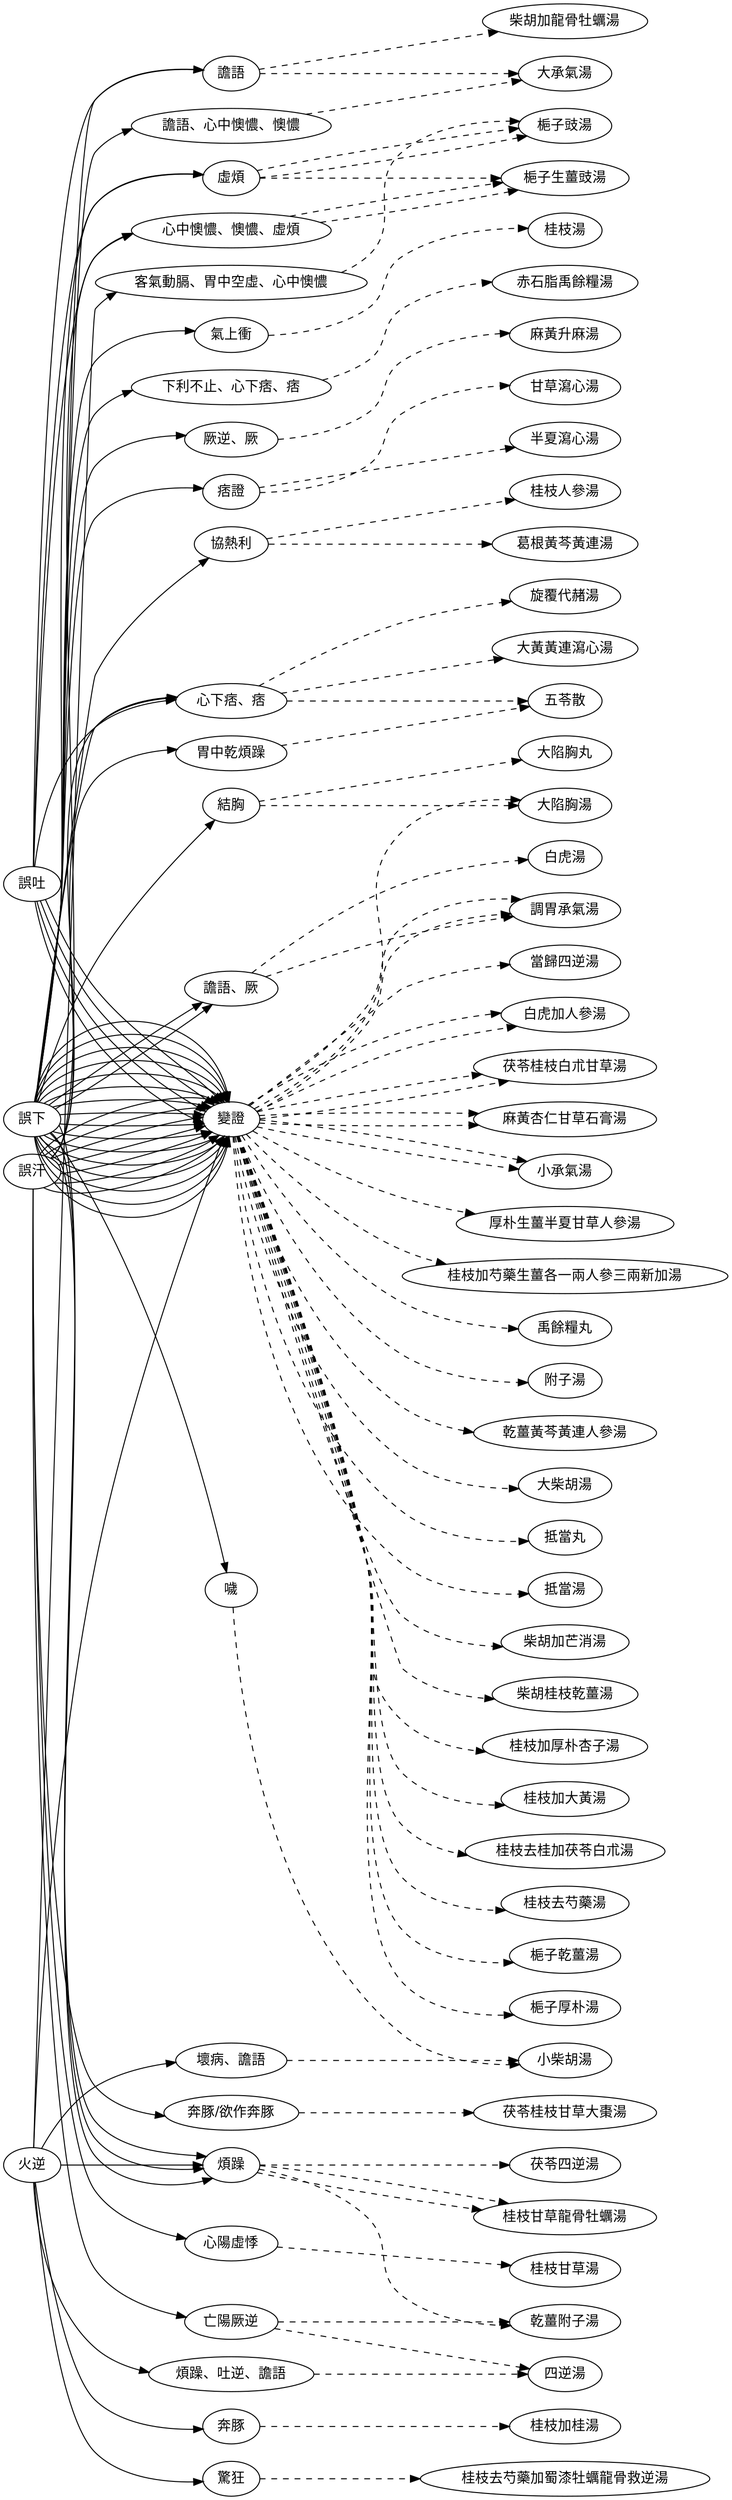
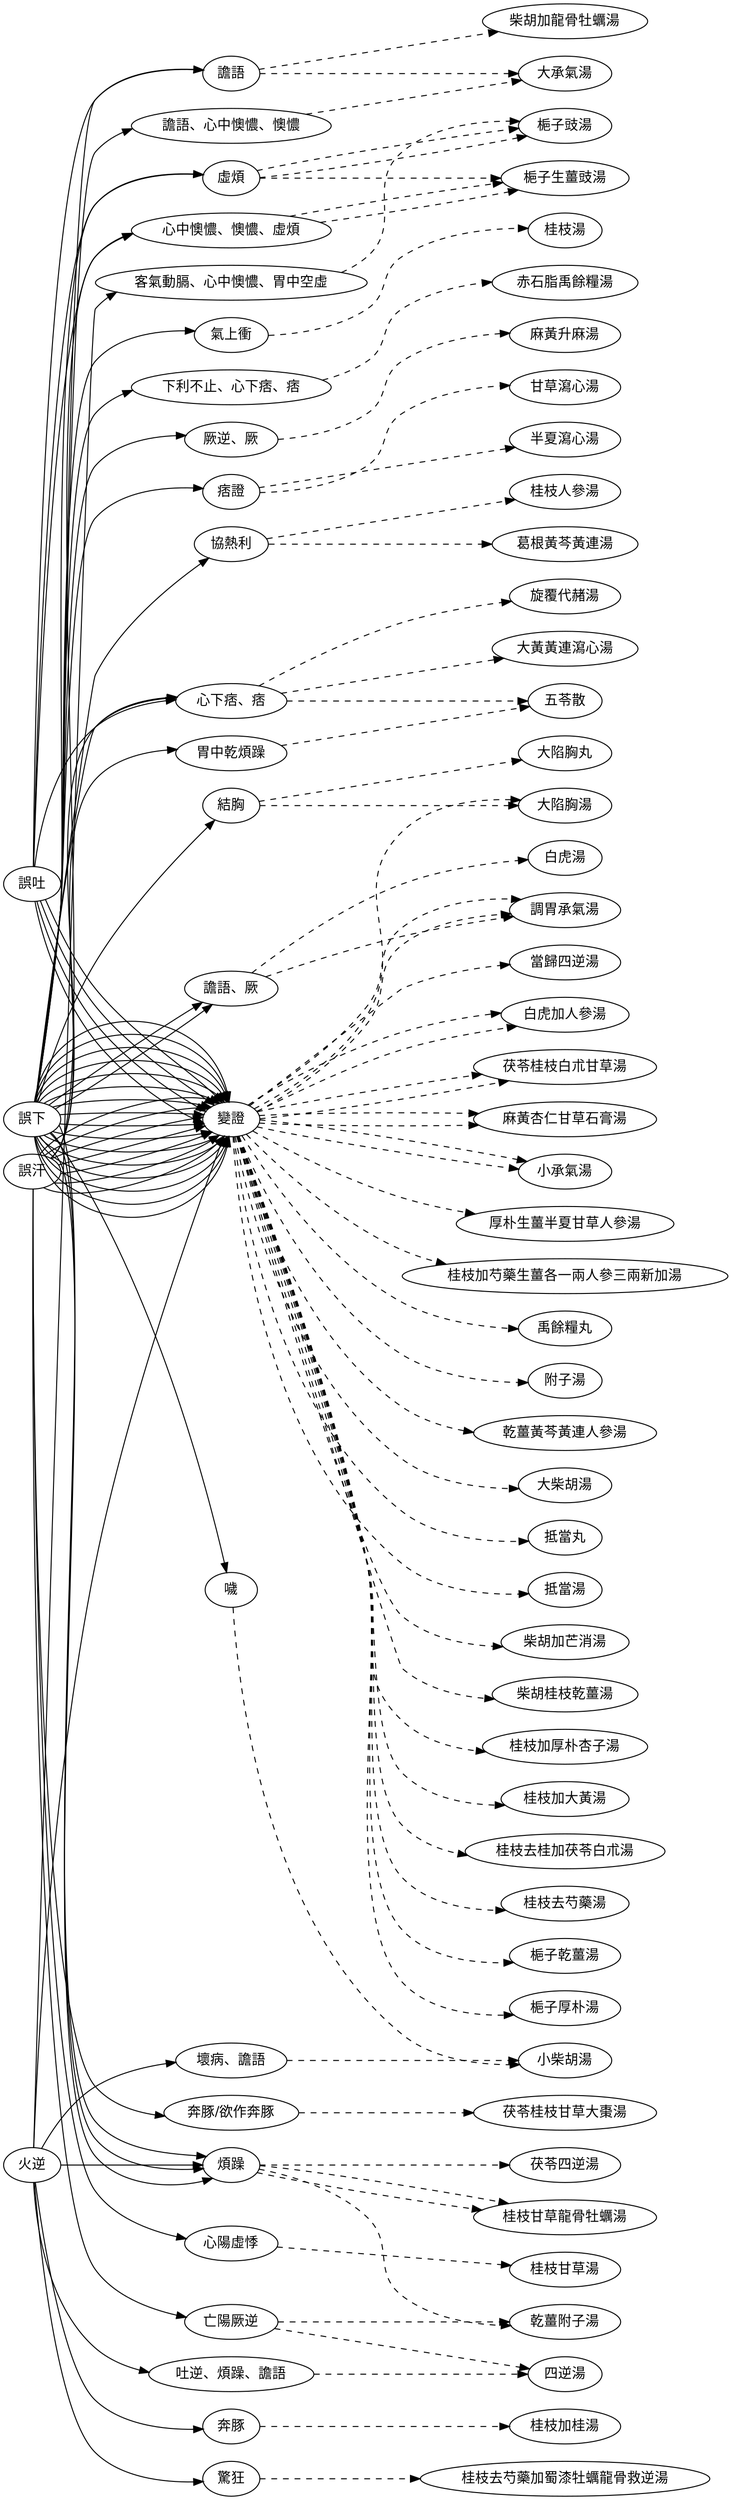
digraph mistreatment {
  rankdir=LR;
  "誤下" -> "結胸";
  "結胸" -> "大陷胸湯" [style=dashed];
  "結胸" -> "大陷胸丸" [style=dashed];
  "誤下" -> "痞證";
  "痞證" -> "半夏瀉心湯" [style=dashed];
  "痞證" -> "甘草瀉心湯" [style=dashed];
  "誤下" -> "協熱利";
  "協熱利" -> "葛根黃芩黃連湯" [style=dashed];
  "協熱利" -> "桂枝人參湯" [style=dashed];
  "誤下" -> "虛煩";
  "虛煩" -> "梔子豉湯" [style=dashed];
  "虛煩" -> "梔子生薑豉湯" [style=dashed];
  "誤下" -> "氣上衝";
  "氣上衝" -> "桂枝湯" [style=dashed];
  "誤汗" -> "亡陽厥逆";
  "亡陽厥逆" -> "四逆湯" [style=dashed];
  "亡陽厥逆" -> "乾薑附子湯" [style=dashed];
  "誤汗" -> "心陽虛悸";
  "心陽虛悸" -> "桂枝甘草湯" [style=dashed];
  "誤汗" -> "奔豚/欲作奔豚";
  "奔豚/欲作奔豚" -> "茯苓桂枝甘草大棗湯" [style=dashed];
  "誤汗" -> "胃中乾煩躁";
  "胃中乾煩躁" -> "五苓散" [style=dashed];
  "誤吐" -> "虛煩";
  "虛煩" -> "梔子豉湯" [style=dashed];
  "火逆" -> "驚狂";
  "驚狂" -> "桂枝去芍藥加蜀漆牡蠣龍骨救逆湯" [style=dashed];
  "火逆" -> "煩躁";
  "煩躁" -> "桂枝甘草龍骨牡蠣湯" [style=dashed];
  "火逆" -> "奔豚";
  "奔豚" -> "桂枝加桂湯" [style=dashed];
-   "火逆" -> "煩躁、吐逆、譫語";
-   "煩躁、吐逆、譫語" -> "四逆湯" [style=dashed];
+   "火逆" -> "吐逆、煩躁、譫語";
+   "吐逆、煩躁、譫語" -> "四逆湯" [style=dashed];
  "火逆" -> "壞病、譫語";
  "壞病、譫語" -> "小柴胡湯" [style=dashed];
-   "火逆" -> "客氣動膈、胃中空虛、心中懊憹";
-   "客氣動膈、胃中空虛、心中懊憹" -> "梔子豉湯" [style=dashed];
+   "火逆" -> "客氣動膈、心中懊憹、胃中空虛";
+   "客氣動膈、心中懊憹、胃中空虛" -> "梔子豉湯" [style=dashed];
  "火逆" -> "變證";
  "變證" -> "附子湯" [style=dashed];
  "誤下" -> "煩躁";
  "煩躁" -> "乾薑附子湯" [style=dashed];
  "誤下" -> "變證";
  "變證" -> "乾薑黃芩黃連人參湯" [style=dashed];
  "誤下" -> "心下痞、痞";
  "心下痞、痞" -> "五苓散" [style=dashed];
  "誤下" -> "譫語、心中懊憹、懊憹";
  "譫語、心中懊憹、懊憹" -> "大承氣湯" [style=dashed];
  "誤下" -> "變證";
  "變證" -> "大柴胡湯" [style=dashed];
  "誤下" -> "噦";
  "噦" -> "小柴胡湯" [style=dashed];
  "誤下" -> "變證";
  "變證" -> "抵當丸" [style=dashed];
  "誤下" -> "變證";
  "變證" -> "抵當湯" [style=dashed];
  "誤下" -> "變證";
  "變證" -> "柴胡加芒消湯" [style=dashed];
  "誤下" -> "譫語";
  "譫語" -> "柴胡加龍骨牡蠣湯" [style=dashed];
  "誤下" -> "變證";
  "變證" -> "柴胡桂枝乾薑湯" [style=dashed];
  "誤下" -> "變證";
  "變證" -> "桂枝加厚朴杏子湯" [style=dashed];
  "誤下" -> "變證";
  "變證" -> "桂枝加大黃湯" [style=dashed];
  "誤下" -> "變證";
  "變證" -> "桂枝去桂加茯苓白朮湯" [style=dashed];
  "誤下" -> "變證";
  "變證" -> "桂枝去芍藥湯" [style=dashed];
  "誤下" -> "煩躁";
  "煩躁" -> "桂枝甘草龍骨牡蠣湯" [style=dashed];
  "誤下" -> "變證";
  "變證" -> "梔子乾薑湯" [style=dashed];
  "誤下" -> "變證";
  "變證" -> "梔子厚朴湯" [style=dashed];
  "誤下" -> "變證";
  "變證" -> "當歸四逆湯" [style=dashed];
  "誤下" -> "變證";
  "變證" -> "白虎加人參湯" [style=dashed];
  "誤下" -> "譫語、厥";
  "譫語、厥" -> "白虎湯" [style=dashed];
  "誤下" -> "煩躁";
  "煩躁" -> "茯苓四逆湯" [style=dashed];
  "誤下" -> "變證";
  "變證" -> "茯苓桂枝白朮甘草湯" [style=dashed];
  "誤下" -> "譫語、厥";
  "譫語、厥" -> "調胃承氣湯" [style=dashed];
  "誤下" -> "下利不止、心下痞、痞";
  "下利不止、心下痞、痞" -> "赤石脂禹餘糧湯" [style=dashed];
  "誤下" -> "厥逆、厥";
  "厥逆、厥" -> "麻黃升麻湯" [style=dashed];
  "誤下" -> "變證";
  "變證" -> "麻黃杏仁甘草石膏湯" [style=dashed];
  "誤吐" -> "譫語";
  "譫語" -> "大承氣湯" [style=dashed];
  "誤吐" -> "變證";
  "變證" -> "小承氣湯" [style=dashed];
  "誤吐" -> "心下痞、痞";
  "心下痞、痞" -> "旋覆代赭湯" [style=dashed];
  "誤吐" -> "心中懊憹、懊憹、虛煩";
  "心中懊憹、懊憹、虛煩" -> "梔子生薑豉湯" [style=dashed];
  "誤吐" -> "變證";
  "變證" -> "白虎加人參湯" [style=dashed];
  "誤吐" -> "變證";
  "變證" -> "茯苓桂枝白朮甘草湯" [style=dashed];
  "誤吐" -> "變證";
  "變證" -> "調胃承氣湯" [style=dashed];
  "誤汗" -> "變證";
  "變證" -> "厚朴生薑半夏甘草人參湯" [style=dashed];
  "誤汗" -> "變證";
  "變證" -> "大陷胸湯" [style=dashed];
  "誤汗" -> "心下痞、痞";
  "心下痞、痞" -> "大黃黃連瀉心湯" [style=dashed];
  "誤汗" -> "變證";
  "變證" -> "小承氣湯" [style=dashed];
  "誤汗" -> "變證";
  "變證" -> "桂枝加芍藥生薑各一兩人參三兩新加湯" [style=dashed];
  "誤汗" -> "心中懊憹、懊憹、虛煩";
  "心中懊憹、懊憹、虛煩" -> "梔子生薑豉湯" [style=dashed];
  "誤汗" -> "變證";
  "變證" -> "禹餘糧丸" [style=dashed];
  "誤汗" -> "變證";
  "變證" -> "調胃承氣湯" [style=dashed];
  "誤汗" -> "變證";
  "變證" -> "麻黃杏仁甘草石膏湯" [style=dashed];
}